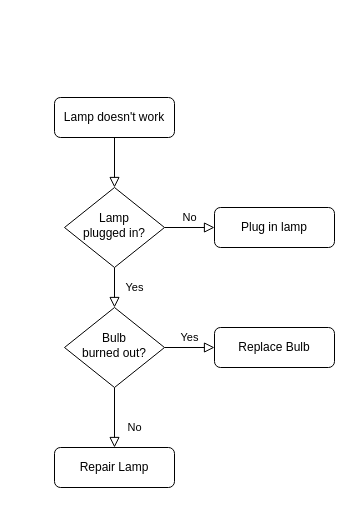
This is page "开发提交流程" (1 of 4) of 工程化体系建设.drawio from zonewancheng/diagrames, a draw.io file, before an edit. Source tidied: cells renumbered, new cells numbered last; positions are measured from the earlier drawing's top-left corner, leaving out a move shared by most shapes. Both pictures are drawn from the tidied source at 100%, with x=0, y=0 at pixel (54, 97).
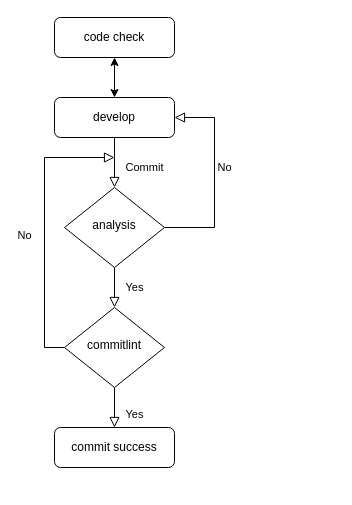
Above is the later version.

Commit message:
更新工程化体系建设.drawio

Change to the diagram source:
```diff
@@
 <mxGraphModel>
   <root>
     <mxCell id="0" />
     <mxCell id="1" parent="0" />
-    <mxCell id="2" style="rounded=0;html=1;jettySize=auto;fontSize=11;endArrow=block;endFill=0;endSize=8;strokeWidth=1;shadow=0;labelBackgroundColor=none;edgeStyle=orthogonalEdgeStyle;" parent="1" edge="1" source="3" target="6">
-      <mxGeometry relative="1" as="geometry" />
+    <mxCell id="2" value="Commit" style="rounded=0;html=1;jettySize=auto;fontSize=11;endArrow=block;endFill=0;endSize=8;strokeWidth=1;shadow=0;labelBackgroundColor=none;edgeStyle=orthogonalEdgeStyle;" parent="1" edge="1" source="3" target="6">
+      <mxGeometry x="0.2" y="30" relative="1" as="geometry">
+        <Array as="points">
+          <mxPoint x="60" y="60" />
+          <mxPoint x="60" y="60" />
+        </Array>
+      </mxGeometry>
     </mxCell>
-    <mxCell id="3" value="Lamp doesn't work" style="rounded=1;whiteSpace=wrap;html=1;fontSize=12;glass=0;strokeWidth=1;shadow=0;" parent="1" vertex="1">
+    <mxCell id="3" value="develop" style="rounded=1;whiteSpace=wrap;html=1;fontSize=12;glass=0;strokeWidth=1;shadow=0;" parent="1" vertex="1">
       <mxGeometry width="120" height="40" as="geometry" />
     </mxCell>
     <mxCell id="4" value="Yes" style="rounded=0;html=1;jettySize=auto;fontSize=11;endArrow=block;endFill=0;endSize=8;strokeWidth=1;shadow=0;labelBackgroundColor=none;edgeStyle=orthogonalEdgeStyle;" parent="1" edge="1" source="6" target="10">
       <mxGeometry y="20" relative="1" as="geometry" />
     </mxCell>
-    <mxCell id="5" value="No" style="edgeStyle=orthogonalEdgeStyle;rounded=0;html=1;jettySize=auto;fontSize=11;endArrow=block;endFill=0;endSize=8;strokeWidth=1;shadow=0;labelBackgroundColor=none;" parent="1" edge="1" source="6" target="7">
-      <mxGeometry y="10" relative="1" as="geometry" />
+    <mxCell id="5" value="No" style="edgeStyle=orthogonalEdgeStyle;rounded=0;html=1;jettySize=auto;fontSize=11;endArrow=block;endFill=0;endSize=8;strokeWidth=1;shadow=0;labelBackgroundColor=none;entryX=1;entryY=0.5;entryDx=0;entryDy=0;" parent="1" edge="1" source="6" target="3">
+      <mxGeometry x="0.1" y="-10" relative="1" as="geometry">
+        <Array as="points">
+          <mxPoint x="160" y="130" />
+          <mxPoint x="160" y="20" />
+        </Array>
+      </mxGeometry>
     </mxCell>
-    <mxCell id="6" value="Lamp&lt;br&gt;plugged in?" style="rhombus;whiteSpace=wrap;html=1;shadow=0;fontFamily=Helvetica;fontSize=12;align=center;strokeWidth=1;spacing=6;spacingTop=-4;" parent="1" vertex="1">
+    <mxCell id="6" value="analysis" style="rhombus;whiteSpace=wrap;html=1;shadow=0;fontFamily=Helvetica;fontSize=12;align=center;strokeWidth=1;spacing=6;spacingTop=-4;" parent="1" vertex="1">
       <mxGeometry x="10" y="90" width="100" height="80" as="geometry" />
     </mxCell>
-    <mxCell id="7" value="Plug in lamp" style="rounded=1;whiteSpace=wrap;html=1;fontSize=12;glass=0;strokeWidth=1;shadow=0;" parent="1" vertex="1">
-      <mxGeometry x="160" y="110" width="120" height="40" as="geometry" />
-    </mxCell>
-    <mxCell id="8" value="No" style="rounded=0;html=1;jettySize=auto;fontSize=11;endArrow=block;endFill=0;endSize=8;strokeWidth=1;shadow=0;labelBackgroundColor=none;edgeStyle=orthogonalEdgeStyle;" parent="1" edge="1" source="10" target="11">
+    <mxCell id="8" value="Yes" style="rounded=0;html=1;jettySize=auto;fontSize=11;endArrow=block;endFill=0;endSize=8;strokeWidth=1;shadow=0;labelBackgroundColor=none;edgeStyle=orthogonalEdgeStyle;entryX=0.5;entryY=0;entryDx=0;entryDy=0;" parent="1" edge="1" source="10" target="11">
       <mxGeometry x="0.33" y="20" relative="1" as="geometry" />
     </mxCell>
-    <mxCell id="9" value="Yes" style="edgeStyle=orthogonalEdgeStyle;rounded=0;html=1;jettySize=auto;fontSize=11;endArrow=block;endFill=0;endSize=8;strokeWidth=1;shadow=0;labelBackgroundColor=none;" parent="1" edge="1" source="10" target="12">
-      <mxGeometry y="10" relative="1" as="geometry" />
+    <mxCell id="9" value="No" style="edgeStyle=orthogonalEdgeStyle;rounded=0;html=1;jettySize=auto;fontSize=11;endArrow=block;endFill=0;endSize=8;strokeWidth=1;shadow=0;labelBackgroundColor=none;" parent="1" edge="1" source="10">
+      <mxGeometry x="-0.06" y="20" relative="1" as="geometry">
+        <mxPoint x="60" y="60" as="targetPoint" />
+        <Array as="points">
+          <mxPoint x="-10" y="250" />
+          <mxPoint x="-10" y="60" />
+        </Array>
+      </mxGeometry>
     </mxCell>
-    <mxCell id="10" value="Bulb&lt;br&gt;burned out?" style="rhombus;whiteSpace=wrap;html=1;shadow=0;fontFamily=Helvetica;fontSize=12;align=center;strokeWidth=1;spacing=6;spacingTop=-4;" parent="1" vertex="1">
+    <mxCell id="10" value="commitlint" style="rhombus;whiteSpace=wrap;html=1;shadow=0;fontFamily=Helvetica;fontSize=12;align=center;strokeWidth=1;spacing=6;spacingTop=-4;" parent="1" vertex="1">
       <mxGeometry x="10" y="210" width="100" height="80" as="geometry" />
     </mxCell>
-    <mxCell id="11" value="Repair Lamp" style="rounded=1;whiteSpace=wrap;html=1;fontSize=12;glass=0;strokeWidth=1;shadow=0;" parent="1" vertex="1">
-      <mxGeometry y="350" width="120" height="40" as="geometry" />
+    <mxCell id="11" value="commit success" style="rounded=1;whiteSpace=wrap;html=1;fontSize=12;glass=0;strokeWidth=1;shadow=0;" parent="1" vertex="1">
+      <mxGeometry y="330" width="120" height="40" as="geometry" />
     </mxCell>
-    <mxCell id="12" value="Replace Bulb" style="rounded=1;whiteSpace=wrap;html=1;fontSize=12;glass=0;strokeWidth=1;shadow=0;" parent="1" vertex="1">
-      <mxGeometry x="160" y="230" width="120" height="40" as="geometry" />
-    </mxCell>
+    <mxCell id="13" style="edgeStyle=orthogonalEdgeStyle;rounded=0;jettySize=auto;html=1;entryX=0.5;entryY=0;entryDx=0;entryDy=0;startArrow=classic;startFill=1;" parent="1" edge="1" source="14" target="3">
+      <mxGeometry relative="1" as="geometry" />
+    </mxCell>
+    <mxCell id="14" value="code check" style="rounded=1;whiteSpace=wrap;html=1;fontSize=12;glass=0;strokeWidth=1;shadow=0;" parent="1" vertex="1">
+      <mxGeometry y="-80" width="120" height="40" as="geometry" />
+    </mxCell>
   </root>
 </mxGraphModel>
```
